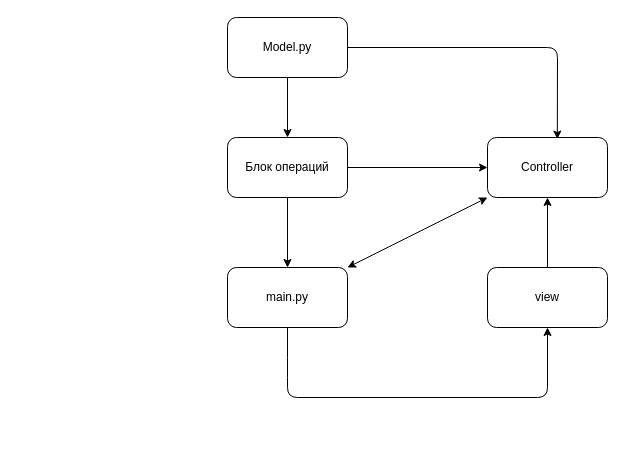
This is Block_scheme.drawio from tripisyat/Calculator_project_zal2, a draw.io file, before an edit. Source tidied: cells renumbered, new cells numbered last; positions are measured from the earlier drawing's top-left corner, leaving out a move shared by most shapes. Both pictures are drawn from the tidied source at 100%, with x=0, y=0 at pixel (227, 17).
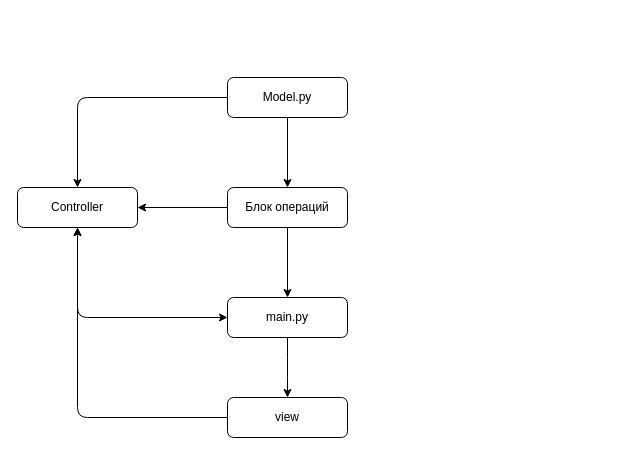
Above is the later version.

Commit message:
Add correction to Block_Scheme

The edit, as a diff of the source:
```diff
@@
 <mxGraphModel>
   <root>
     <mxCell id="0" />
     <mxCell id="1" parent="0" />
     <mxCell id="2" style="edgeStyle=none;html=1;" parent="1" edge="1" source="4" target="7">
       <mxGeometry relative="1" as="geometry" />
     </mxCell>
-    <mxCell id="3" style="edgeStyle=none;html=1;entryX=0.582;entryY=0.026;entryDx=0;entryDy=0;entryPerimeter=0;" parent="1" edge="1" source="4" target="12">
+    <mxCell id="3" style="edgeStyle=none;html=1;entryX=0.5;entryY=0;entryDx=0;entryDy=0;" parent="1" edge="1" source="4" target="12">
       <mxGeometry relative="1" as="geometry">
         <Array as="points">
-          <mxPoint x="330" y="30" />
+          <mxPoint x="-150" y="80" />
         </Array>
       </mxGeometry>
     </mxCell>
     <mxCell id="4" value="Model.py" style="rounded=1;whiteSpace=wrap;html=1;" parent="1" vertex="1">
-      <mxGeometry width="120" height="60" as="geometry" />
+      <mxGeometry y="60" width="120" height="40" as="geometry" />
     </mxCell>
     <mxCell id="5" style="edgeStyle=none;html=1;" parent="1" edge="1" source="7" target="11">
       <mxGeometry relative="1" as="geometry" />
     </mxCell>
-    <mxCell id="6" style="edgeStyle=none;html=1;entryX=0;entryY=0.5;entryDx=0;entryDy=0;" parent="1" edge="1" source="7" target="12">
+    <mxCell id="6" style="edgeStyle=none;html=1;entryX=1;entryY=0.5;entryDx=0;entryDy=0;" parent="1" edge="1" source="7" target="12">
       <mxGeometry relative="1" as="geometry" />
     </mxCell>
     <mxCell id="7" value="Блок операций" style="whiteSpace=wrap;html=1;rounded=1;" parent="1" vertex="1">
-      <mxGeometry y="120" width="120" height="60" as="geometry" />
+      <mxGeometry y="170" width="120" height="40" as="geometry" />
     </mxCell>
     <mxCell id="8" style="edgeStyle=none;html=1;" parent="1" edge="1" source="9" target="12">
-      <mxGeometry relative="1" as="geometry" />
+      <mxGeometry relative="1" as="geometry">
+        <Array as="points">
+          <mxPoint x="-150" y="400" />
+        </Array>
+      </mxGeometry>
     </mxCell>
     <mxCell id="9" value="view" style="rounded=1;whiteSpace=wrap;html=1;" parent="1" vertex="1">
-      <mxGeometry x="260" y="250" width="120" height="60" as="geometry" />
+      <mxGeometry y="380" width="120" height="40" as="geometry" />
     </mxCell>
-    <mxCell id="10" style="edgeStyle=none;html=1;entryX=0.5;entryY=1;entryDx=0;entryDy=0;" parent="1" edge="1" source="11" target="9">
+    <mxCell id="10" style="edgeStyle=none;html=1;entryX=0.5;entryY=0;entryDx=0;entryDy=0;" parent="1" edge="1" source="11" target="9">
       <mxGeometry relative="1" as="geometry">
         <Array as="points">
           <mxPoint x="60" y="350" />
           <mxPoint x="60" y="380" />
-          <mxPoint x="320" y="380" />
         </Array>
       </mxGeometry>
     </mxCell>
     <mxCell id="11" value="main.py" style="rounded=1;whiteSpace=wrap;html=1;" parent="1" vertex="1">
-      <mxGeometry y="250" width="120" height="60" as="geometry" />
+      <mxGeometry y="280" width="120" height="40" as="geometry" />
     </mxCell>
     <mxCell id="12" value="Controller" style="rounded=1;whiteSpace=wrap;html=1;" parent="1" vertex="1">
-      <mxGeometry x="260" y="120" width="120" height="60" as="geometry" />
+      <mxGeometry x="-210" y="170" width="120" height="40" as="geometry" />
     </mxCell>
-    <mxCell id="13" style="endArrow=classic;startArrow=classic;html=1;exitX=1;exitY=0;exitDx=0;exitDy=0;" parent="1" edge="1" source="11" target="12">
-      <mxGeometry relative="1" as="geometry" />
+    <mxCell id="13" style="endArrow=classic;startArrow=classic;html=1;exitX=0;exitY=0.5;exitDx=0;exitDy=0;entryX=0.5;entryY=1;entryDx=0;entryDy=0;" parent="1" edge="1" source="11" target="12">
+      <mxGeometry relative="1" as="geometry">
+        <Array as="points">
+          <mxPoint x="-150" y="300" />
+        </Array>
+      </mxGeometry>
     </mxCell>
   </root>
 </mxGraphModel>
```
